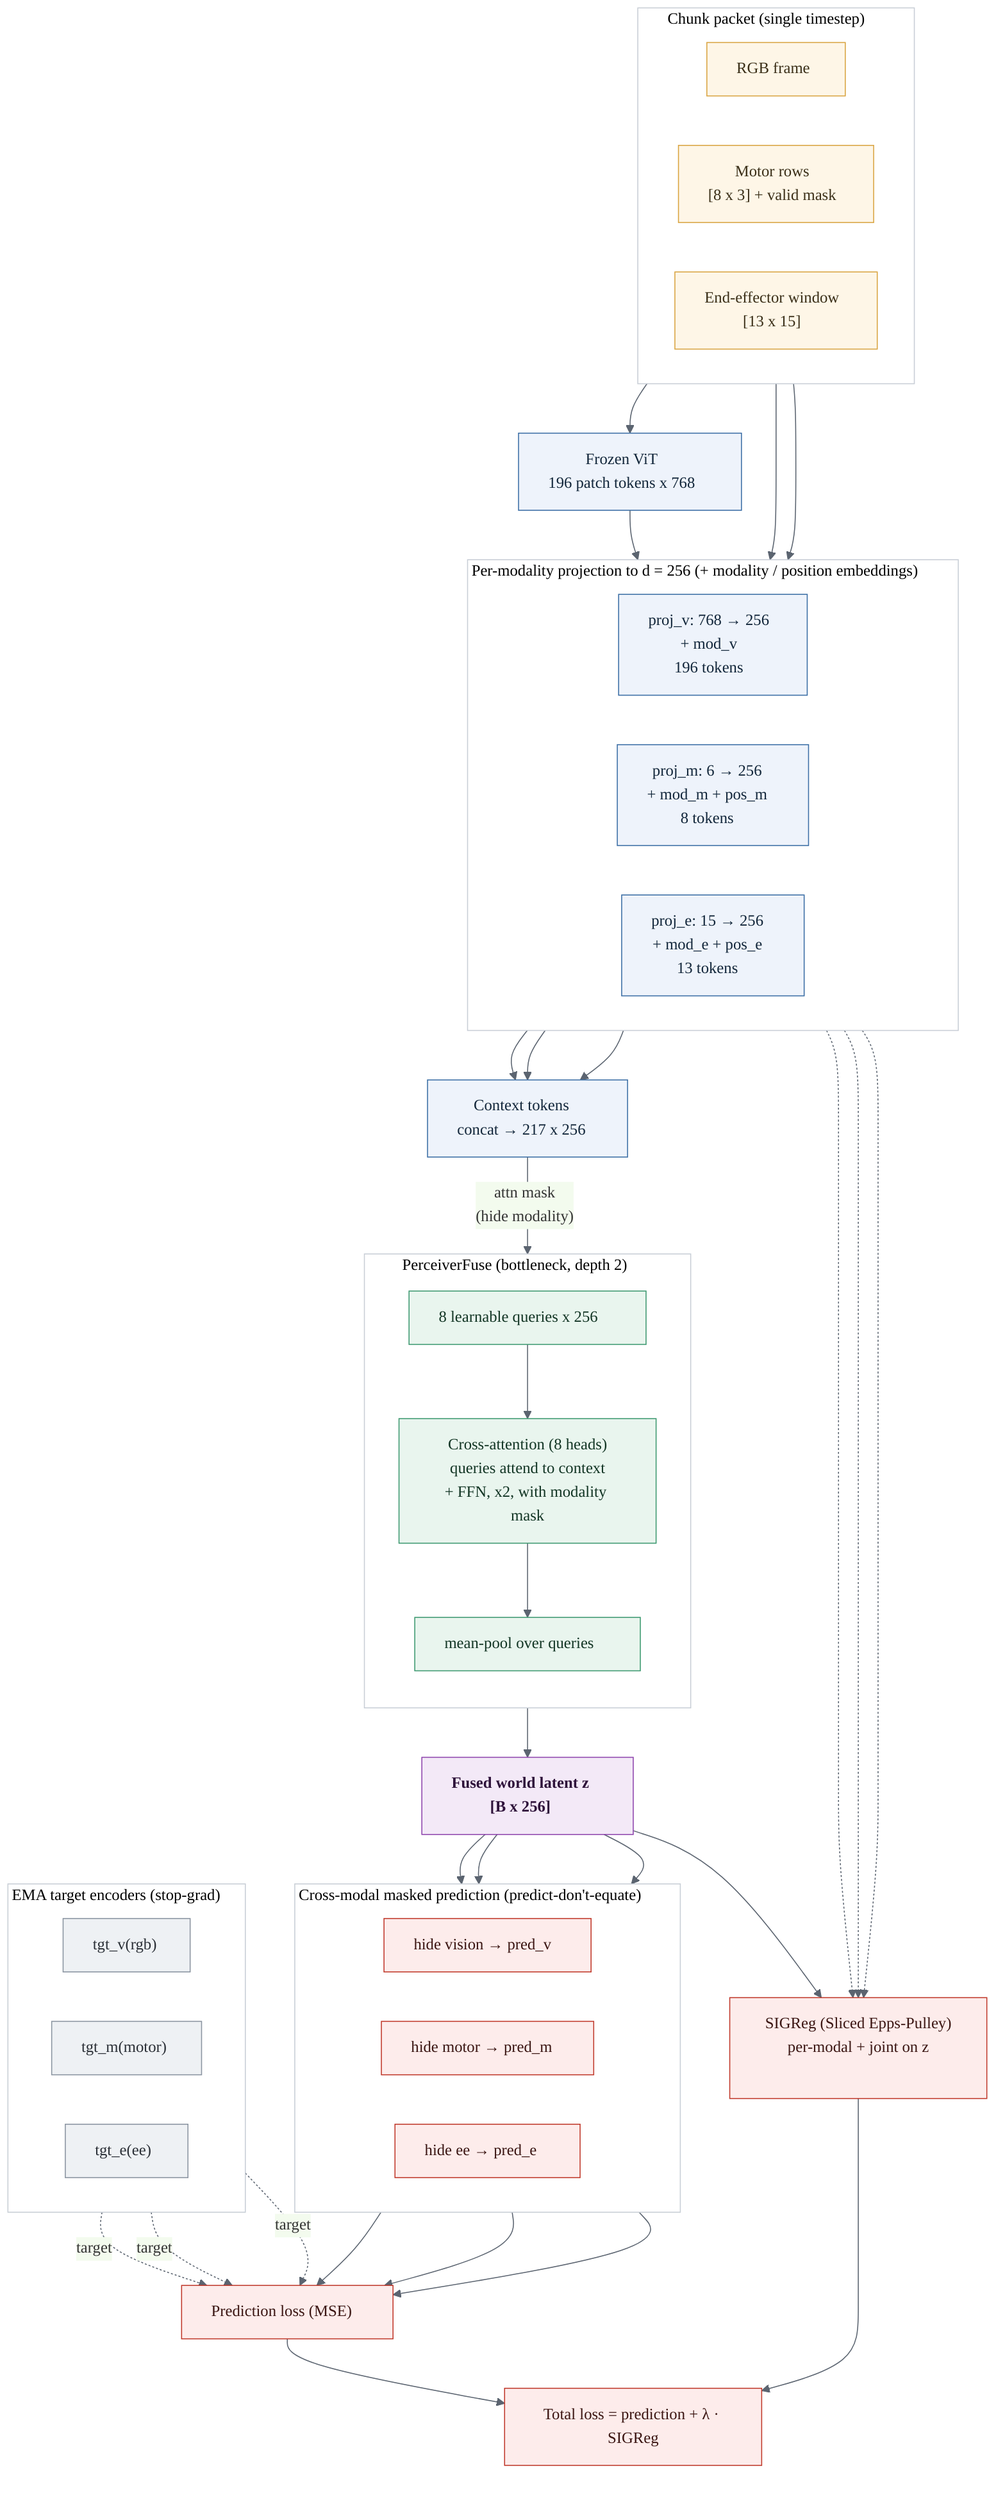
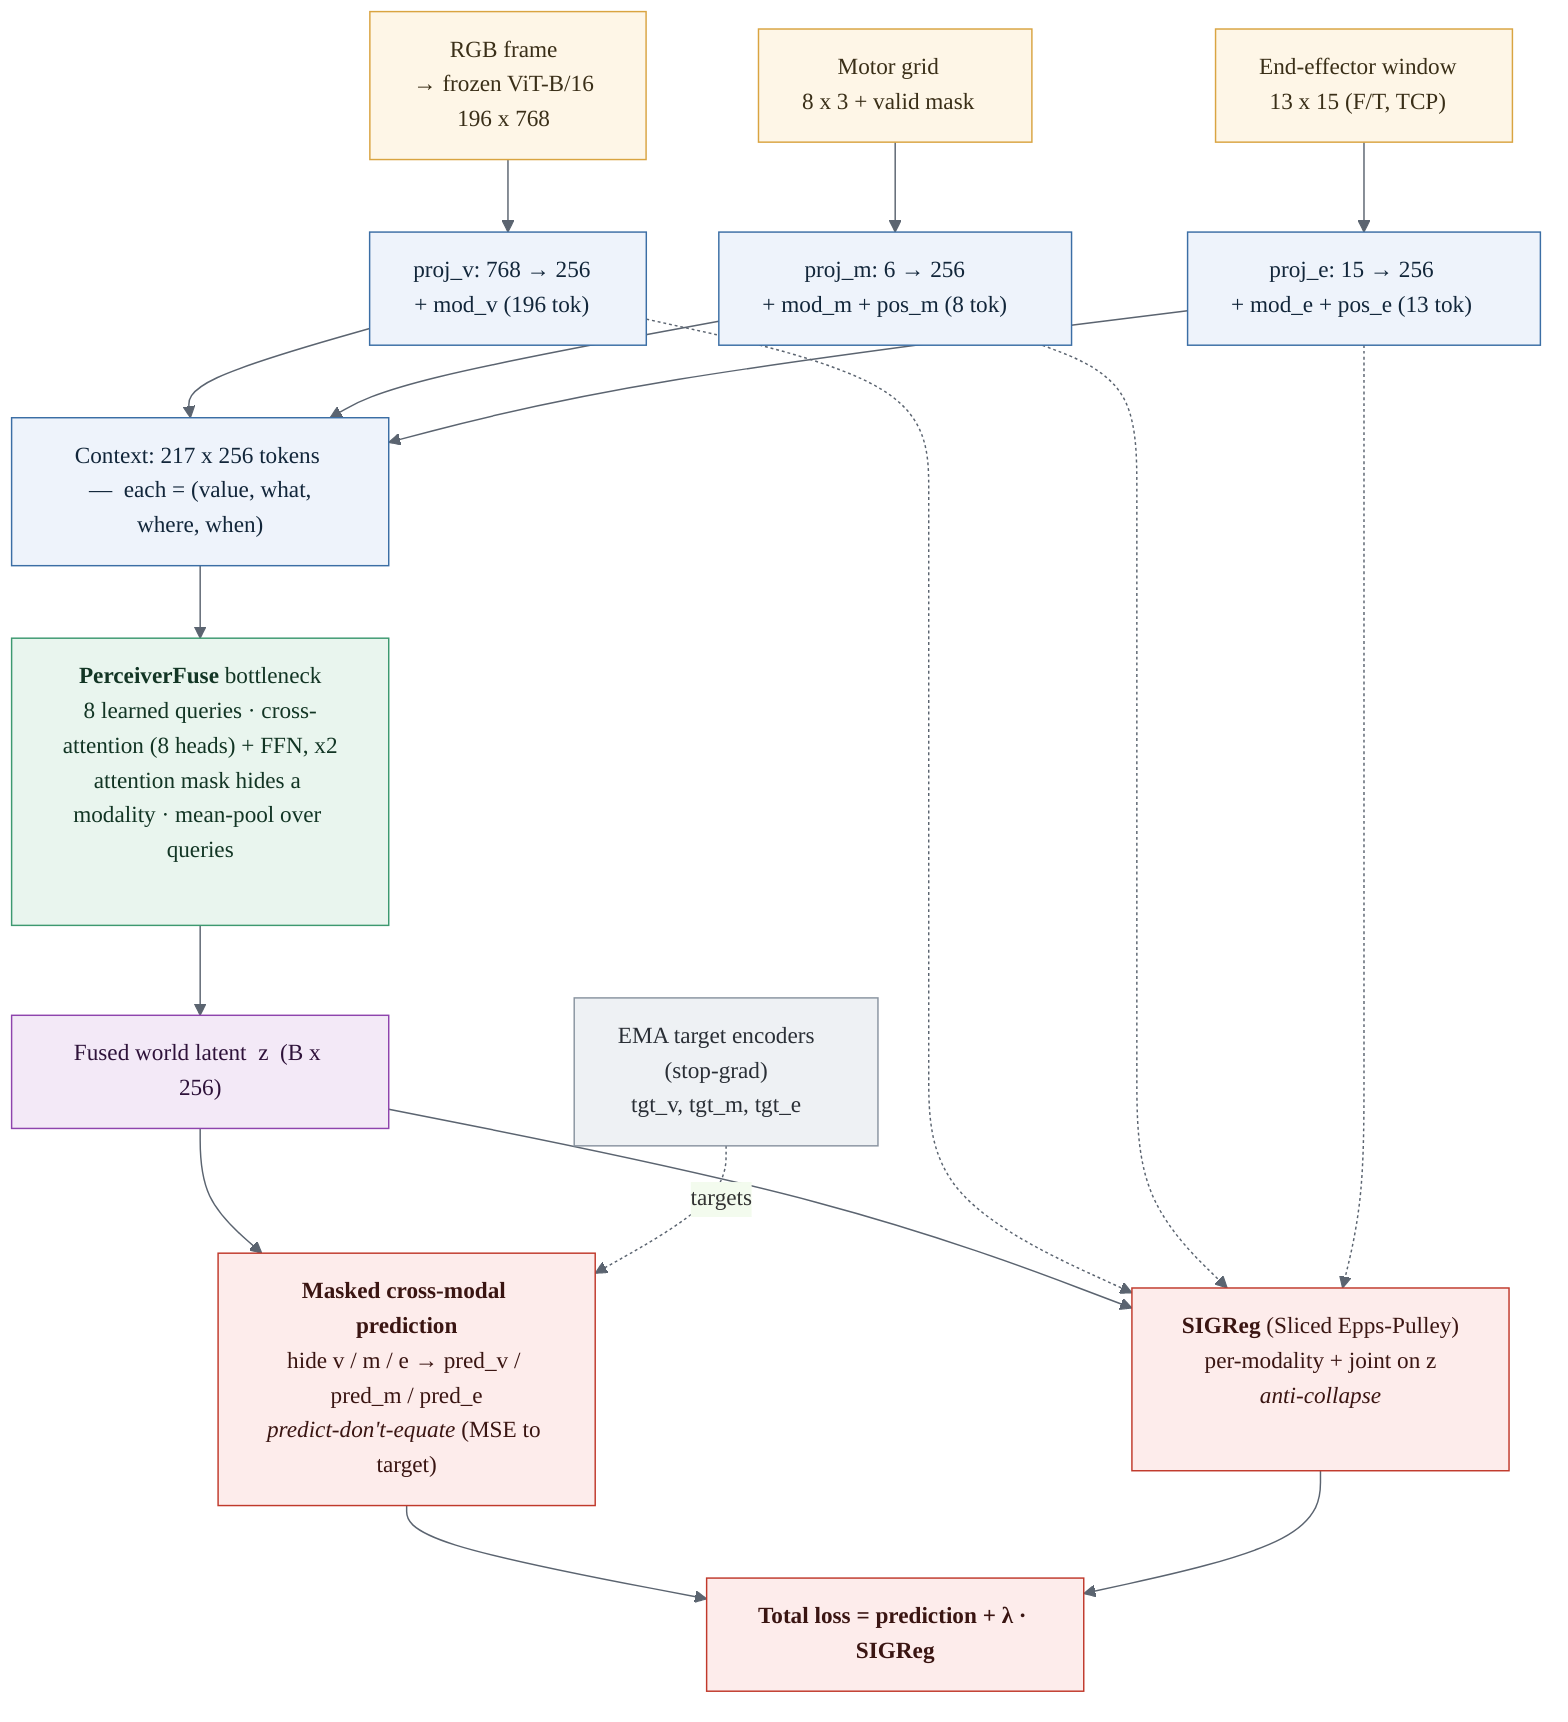
- %%{init: {'theme':'base', 'themeVariables': {'fontSize':'16px','fontFamily':'Helvetica,Arial,sans-serif','primaryColor':'#eef3fb','primaryBorderColor':'#3b6ea5','lineColor':'#5b6470','clusterBkg':'#ffffff','clusterBorder':'#c8ced6'}}}%%
+ %%{init: {'theme':'base','themeVariables':{'fontSize':'16px','fontFamily':'Helvetica,Arial,sans-serif','primaryColor':'#eef3fb','primaryBorderColor':'#3b6ea5','lineColor':'#5b6470','clusterBkg':'#fbfcfe','clusterBorder':'#cad0d8'}}}%%
flowchart TB

-   %% ---------- Inputs ----------
-   subgraph IN["Chunk packet (single timestep)"]
-     direction LR
-     RGB["RGB frame"]
-     MOT["Motor rows<br/>[8 x 3] + valid mask"]
-     EE["End-effector window<br/>[13 x 15]"]
-   end
+   %% ---- inputs (one rank, side by side) ----
+   RGB["RGB frame<br/>&rarr; frozen ViT-B/16<br/>196 x 768"]
+   MOT["Motor grid<br/>8 x 3 + valid mask"]
+   EE["End-effector window<br/>13 x 15 (F/T, TCP)"]

-   VIT["Frozen ViT<br/>196 patch tokens x 768"]
-   RGB --> VIT
+   %% ---- per-modality tokenizers to d=256 ----
+   PV["proj_v: 768 &rarr; 256<br/>+ mod_v (196 tok)"]
+   PM["proj_m: 6 &rarr; 256<br/>+ mod_m + pos_m (8 tok)"]
+   PE["proj_e: 15 &rarr; 256<br/>+ mod_e + pos_e (13 tok)"]

-   %% ---------- Projections to d=256 ----------
-   subgraph PROJ["Per-modality projection to d = 256 (+ modality / position embeddings)"]
-     direction LR
-     PV["proj_v: 768 &rarr; 256<br/>+ mod_v<br/>196 tokens"]
-     PM["proj_m: 6 &rarr; 256<br/>+ mod_m + pos_m<br/>8 tokens"]
-     PE["proj_e: 15 &rarr; 256<br/>+ mod_e + pos_e<br/>13 tokens"]
-   end
-   VIT --> PV
+   CTX["Context: 217 x 256 tokens &nbsp;&mdash;&nbsp; each = (value, what, where, when)"]
+ 
+   FUSE["<b>PerceiverFuse</b> bottleneck<br/>8 learned queries &middot; cross-attention (8 heads) + FFN, x2<br/>attention mask hides a modality &middot; mean-pool over queries"]
+ 
+   Z["Fused world latent&nbsp; z &nbsp;(B x 256)"]
+ 
+   HEADS["<b>Masked cross-modal prediction</b><br/>hide v / m / e &rarr; pred_v / pred_m / pred_e<br/><i>predict-don't-equate</i> (MSE to target)"]
+   TGT["EMA target encoders<br/>(stop-grad)<br/>tgt_v, tgt_m, tgt_e"]
+   SIG["<b>SIGReg</b> (Sliced Epps-Pulley)<br/>per-modality + joint on z<br/><i>anti-collapse</i>"]
+   LOSS["<b>Total loss = prediction + &lambda; &middot; SIGReg</b>"]
+ 
+   RGB --> PV
  MOT --> PM
-   EE --> PE
- 
-   CTX["Context tokens<br/>concat &rarr; 217 x 256"]
+   EE  --> PE
  PV --> CTX
  PM --> CTX
  PE --> CTX
- 
-   %% ---------- Perceiver bottleneck ----------
-   subgraph FUSE["PerceiverFuse (bottleneck, depth 2)"]
-     direction TB
-     Q["8 learnable queries x 256"]
-     CA["Cross-attention (8 heads)<br/>queries attend to context<br/>+ FFN, x2, with modality mask"]
-     POOL["mean-pool over queries"]
-     Q --> CA --> POOL
-   end
-   CTX -->|"attn mask<br/>(hide modality)"| CA
- 
-   Z["Fused world latent z<br/>[B x 256]"]
-   POOL --> Z
- 
-   %% ---------- Heads / losses ----------
-   subgraph HEADS["Cross-modal masked prediction (predict-don't-equate)"]
-     direction LR
-     HV["hide vision &rarr; pred_v"]
-     HM["hide motor &rarr; pred_m"]
-     HE["hide ee &rarr; pred_e"]
-   end
-   Z --> HV
-   Z --> HM
-   Z --> HE
- 
-   subgraph TGT["EMA target encoders (stop-grad)"]
-     direction LR
-     TV["tgt_v(rgb)"]
-     TM["tgt_m(motor)"]
-     TE["tgt_e(ee)"]
-   end
- 
-   INV["Prediction loss (MSE)"]
-   HV --> INV
-   HM --> INV
-   HE --> INV
-   TV -.->|target| INV
-   TM -.->|target| INV
-   TE -.->|target| INV
- 
-   SIG["SIGReg (Sliced Epps-Pulley)<br/>per-modal + joint on z"]
+   CTX --> FUSE
+   FUSE --> Z
+   Z --> HEADS
+   Z --> SIG
  PV -.-> SIG
  PM -.-> SIG
  PE -.-> SIG
-   Z --> SIG
- 
-   LOSS["Total loss = prediction + &lambda; &middot; SIGReg"]
-   INV --> LOSS
+   TGT -.->|targets| HEADS
+   HEADS --> LOSS
  SIG --> LOSS

-   %% ---------- styling ----------
  classDef input fill:#fef6e7,stroke:#d9a441,color:#3a2f18;
  classDef proj fill:#eef3fb,stroke:#3b6ea5,color:#12263a;
  classDef fuse fill:#e9f5ee,stroke:#3d9970,color:#123524;
-   classDef latent fill:#f3e9f7,stroke:#8e44ad,color:#2e123a,font-weight:bold;
+   classDef latent fill:#f3e9f7,stroke:#8e44ad,color:#2e123a;
  classDef loss fill:#fdeceb,stroke:#c0392b,color:#3a1512;
  classDef tgt fill:#eef1f4,stroke:#8a94a0,color:#2a2f36;

  class RGB,MOT,EE input;
-   class VIT,PV,PM,PE,CTX proj;
-   class Q,CA,POOL fuse;
+   class PV,PM,PE,CTX proj;
+   class FUSE fuse;
  class Z latent;
-   class HV,HM,HE,INV,SIG,LOSS loss;
-   class TV,TM,TE tgt;
+   class HEADS,SIG,LOSS loss;
+   class TGT tgt;
